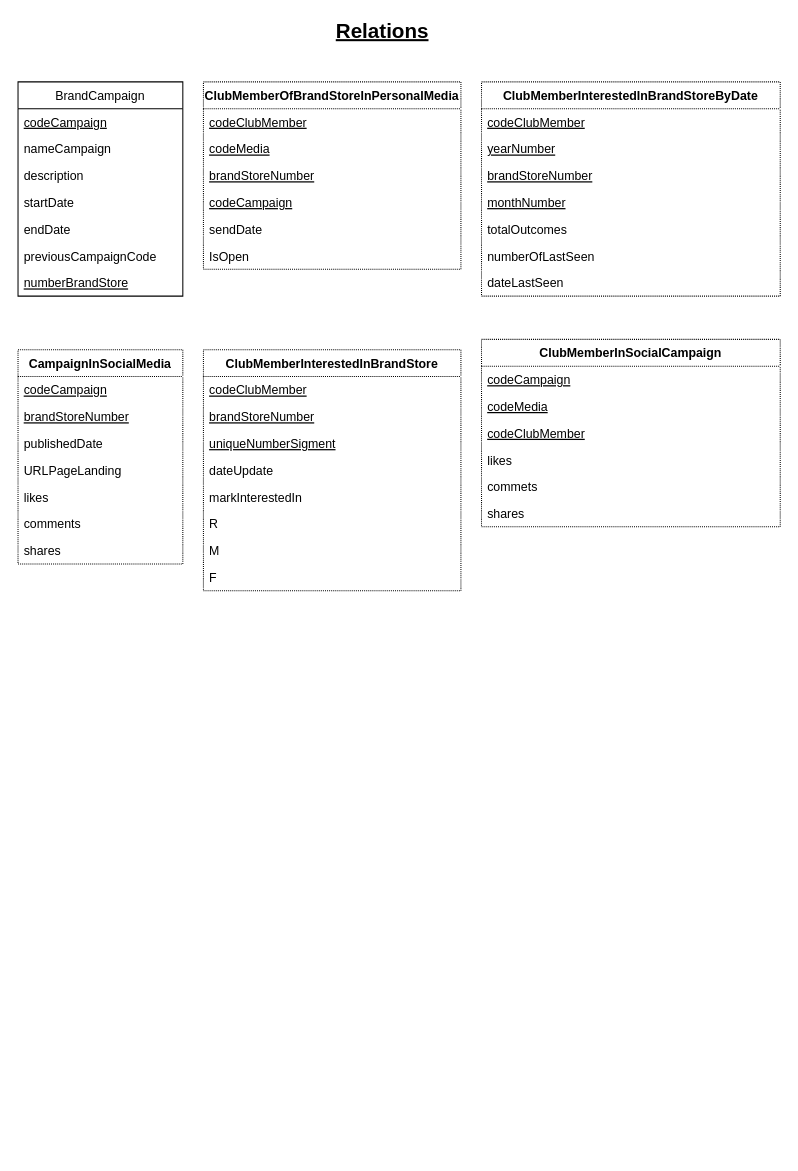
Kfir-G/DataBases-ERD_diagrams keeps this draw.io diagram as תרגיל בית 1 עד ה18.11/Tables_HW1.drawio. Above is the earlier version. Source tidied: cells renumbered, new cells numbered last; positions are measured from the earlier drawing's top-left corner, leaving out a move shared by most shapes. Both pictures are drawn from the tidied source at 103%, with x=0, y=0 at pixel (18, 20).
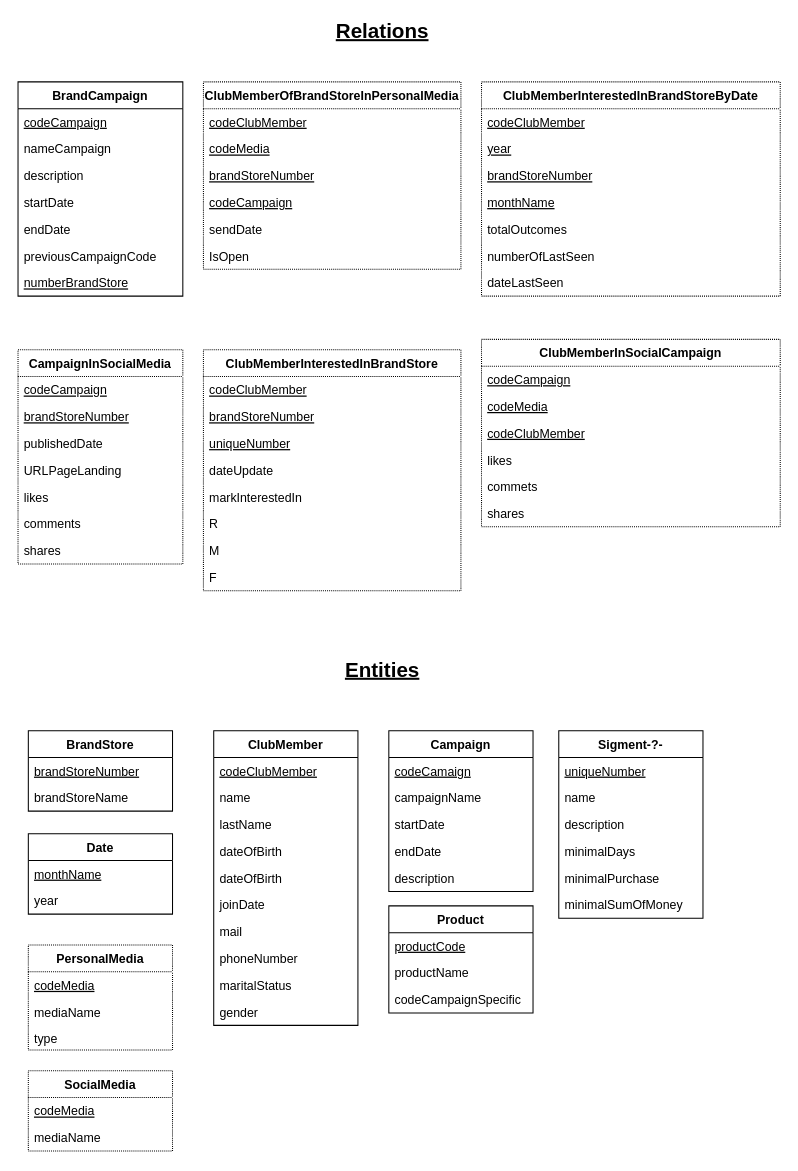
The same diagram, later.

The change refers to these unchanged cells:
```xml
<mxCell id="18" value="ClubMemberInterestedInBrandStoreByDate" style="swimlane;fontStyle=1;align=center;verticalAlign=top;horizontal=1;startSize=26;dashed=1;dashPattern=1 1;" parent="1" vertex="1">
  <mxGeometry x="450" y="60" width="290" height="208" as="geometry" />
</mxCell>
<mxCell id="34" value="ClubMemberInterestedInBrandStore" style="swimlane;fontStyle=1;align=center;verticalAlign=top;horizontal=1;startSize=26;dashed=1;dashPattern=1 1;" parent="1" vertex="1">
  <mxGeometry x="180" y="320" width="250" height="234" as="geometry" />
</mxCell>
```

What changed in the source:
```diff
@@
-    <mxCell id="2" value="BrandCampaign" style="swimlane;fontStyle=0;align=center;verticalAlign=top;horizontal=1;startSize=26;" parent="1" vertex="1">
+    <mxCell id="2" value="BrandCampaign" style="swimlane;fontStyle=1;align=center;verticalAlign=top;horizontal=1;startSize=26;" parent="1" vertex="1">
       <mxGeometry y="60" width="160" height="208" as="geometry" />
     </mxCell>
@@
-    <mxCell id="20" value="yearNumber" style="text;strokeColor=none;fillColor=none;align=left;verticalAlign=top;spacingLeft=4;spacingRight=4;overflow=hidden;fontStyle=4;" parent="18" vertex="1">
+    <mxCell id="20" value="year" style="text;strokeColor=none;fillColor=none;align=left;verticalAlign=top;spacingLeft=4;spacingRight=4;overflow=hidden;fontStyle=4;" parent="18" vertex="1">
       <mxGeometry y="52" width="290" height="26" as="geometry" />
     </mxCell>
@@
-    <mxCell id="22" value="monthNumber" style="text;strokeColor=none;fillColor=none;align=left;verticalAlign=top;spacingLeft=4;spacingRight=4;overflow=hidden;fontStyle=4;" parent="18" vertex="1">
+    <mxCell id="22" value="monthName" style="text;strokeColor=none;fillColor=none;align=left;verticalAlign=top;spacingLeft=4;spacingRight=4;overflow=hidden;fontStyle=4;" parent="18" vertex="1">
       <mxGeometry y="104" width="290" height="26" as="geometry" />
     </mxCell>
@@
-    <mxCell id="37" value="uniqueNumberSigment" style="text;strokeColor=none;fillColor=none;align=left;verticalAlign=top;spacingLeft=4;spacingRight=4;overflow=hidden;fontStyle=4;" parent="34" vertex="1">
+    <mxCell id="37" value="uniqueNumber" style="text;strokeColor=none;fillColor=none;align=left;verticalAlign=top;spacingLeft=4;spacingRight=4;overflow=hidden;fontStyle=4;" parent="34" vertex="1">
       <mxGeometry y="78" width="250" height="26" as="geometry" />
     </mxCell>
@@
+    <mxCell id="50" value="&lt;font style=&quot;font-size: 20px&quot;&gt;&lt;u&gt;&lt;b&gt;Entities&lt;br&gt;&lt;/b&gt;&lt;/u&gt;&lt;/font&gt;" style="text;html=1;strokeColor=none;fillColor=none;align=center;verticalAlign=middle;whiteSpace=wrap;rounded=0;dashed=1;dashPattern=1 1;" parent="1" vertex="1">
+      <mxGeometry x="334" y="620" width="40" height="20" as="geometry" />
+    </mxCell>
+    <mxCell id="51" value="BrandStore" style="swimlane;fontStyle=1;horizontal=1;startSize=26;fillColor=none;" parent="1" vertex="1">
+      <mxGeometry x="10" y="690" width="140" height="78" as="geometry" />
+    </mxCell>
+    <mxCell id="52" value="brandStoreNumber" style="text;strokeColor=none;fillColor=none;align=left;verticalAlign=top;spacingLeft=4;spacingRight=4;overflow=hidden;fontStyle=4;" parent="51" vertex="1">
+      <mxGeometry y="26" width="140" height="26" as="geometry" />
+    </mxCell>
+    <mxCell id="53" value="brandStoreName" style="text;strokeColor=none;fillColor=none;align=left;verticalAlign=top;spacingLeft=4;spacingRight=4;overflow=hidden;" parent="51" vertex="1">
+      <mxGeometry y="52" width="140" height="26" as="geometry" />
+    </mxCell>
+    <mxCell id="54" value="ClubMember" style="swimlane;fontStyle=1;horizontal=1;startSize=26;fillColor=none;" parent="1" vertex="1">
+      <mxGeometry x="190" y="690" width="140" height="286" as="geometry" />
+    </mxCell>
+    <mxCell id="55" value="codeClubMember" style="text;strokeColor=none;fillColor=none;align=left;verticalAlign=top;spacingLeft=4;spacingRight=4;overflow=hidden;fontStyle=4;" parent="54" vertex="1">
+      <mxGeometry y="26" width="140" height="26" as="geometry" />
+    </mxCell>
+    <mxCell id="56" value="name" style="text;strokeColor=none;fillColor=none;align=left;verticalAlign=top;spacingLeft=4;spacingRight=4;overflow=hidden;" parent="54" vertex="1">
+      <mxGeometry y="52" width="140" height="26" as="geometry" />
+    </mxCell>
+    <mxCell id="57" value="lastName" style="text;strokeColor=none;fillColor=none;align=left;verticalAlign=top;spacingLeft=4;spacingRight=4;overflow=hidden;" parent="54" vertex="1">
+      <mxGeometry y="78" width="140" height="26" as="geometry" />
+    </mxCell>
+    <mxCell id="58" value="dateOfBirth" style="text;strokeColor=none;fillColor=none;align=left;verticalAlign=top;spacingLeft=4;spacingRight=4;overflow=hidden;" parent="54" vertex="1">
+      <mxGeometry y="104" width="140" height="26" as="geometry" />
+    </mxCell>
+    <mxCell id="59" value="dateOfBirth" style="text;strokeColor=none;fillColor=none;align=left;verticalAlign=top;spacingLeft=4;spacingRight=4;overflow=hidden;" parent="54" vertex="1">
+      <mxGeometry y="130" width="140" height="26" as="geometry" />
+    </mxCell>
+    <mxCell id="60" value="joinDate" style="text;strokeColor=none;fillColor=none;align=left;verticalAlign=top;spacingLeft=4;spacingRight=4;overflow=hidden;" parent="54" vertex="1">
+      <mxGeometry y="156" width="140" height="26" as="geometry" />
+    </mxCell>
+    <mxCell id="61" value="mail" style="text;strokeColor=none;fillColor=none;align=left;verticalAlign=top;spacingLeft=4;spacingRight=4;overflow=hidden;" parent="54" vertex="1">
+      <mxGeometry y="182" width="140" height="26" as="geometry" />
+    </mxCell>
+    <mxCell id="62" value="phoneNumber" style="text;strokeColor=none;fillColor=none;align=left;verticalAlign=top;spacingLeft=4;spacingRight=4;overflow=hidden;" parent="54" vertex="1">
+      <mxGeometry y="208" width="140" height="26" as="geometry" />
+    </mxCell>
+    <mxCell id="63" value="maritalStatus" style="text;strokeColor=none;fillColor=none;align=left;verticalAlign=top;spacingLeft=4;spacingRight=4;overflow=hidden;" parent="54" vertex="1">
+      <mxGeometry y="234" width="140" height="26" as="geometry" />
+    </mxCell>
+    <mxCell id="64" value="gender" style="text;strokeColor=none;fillColor=none;align=left;verticalAlign=top;spacingLeft=4;spacingRight=4;overflow=hidden;" parent="54" vertex="1">
+      <mxGeometry y="260" width="140" height="26" as="geometry" />
+    </mxCell>
+    <mxCell id="65" value="Date" style="swimlane;fontStyle=1;horizontal=1;startSize=26;fillColor=none;" parent="1" vertex="1">
+      <mxGeometry x="10" y="790" width="140" height="78" as="geometry" />
+    </mxCell>
+    <mxCell id="66" value="monthName" style="text;strokeColor=none;fillColor=none;align=left;verticalAlign=top;spacingLeft=4;spacingRight=4;overflow=hidden;fontStyle=4;" parent="65" vertex="1">
+      <mxGeometry y="26" width="140" height="26" as="geometry" />
+    </mxCell>
+    <mxCell id="67" value="year" style="text;strokeColor=none;fillColor=none;align=left;verticalAlign=top;spacingLeft=4;spacingRight=4;overflow=hidden;fontStyle=0;" parent="65" vertex="1">
+      <mxGeometry y="52" width="140" height="26" as="geometry" />
+    </mxCell>
+    <mxCell id="68" value="Sigment-?-" style="swimlane;fontStyle=1;horizontal=1;startSize=26;fillColor=none;" parent="1" vertex="1">
+      <mxGeometry x="525" y="690" width="140" height="182" as="geometry" />
+    </mxCell>
+    <mxCell id="69" value="uniqueNumber" style="text;strokeColor=none;fillColor=none;align=left;verticalAlign=top;spacingLeft=4;spacingRight=4;overflow=hidden;fontStyle=4;" parent="68" vertex="1">
+      <mxGeometry y="26" width="140" height="26" as="geometry" />
+    </mxCell>
+    <mxCell id="70" value="name" style="text;strokeColor=none;fillColor=none;align=left;verticalAlign=top;spacingLeft=4;spacingRight=4;overflow=hidden;" parent="68" vertex="1">
+      <mxGeometry y="52" width="140" height="26" as="geometry" />
+    </mxCell>
+    <mxCell id="71" value="description" style="text;strokeColor=none;fillColor=none;align=left;verticalAlign=top;spacingLeft=4;spacingRight=4;overflow=hidden;" parent="68" vertex="1">
+      <mxGeometry y="78" width="140" height="26" as="geometry" />
+    </mxCell>
+    <mxCell id="72" value="minimalDays" style="text;strokeColor=none;fillColor=none;align=left;verticalAlign=top;spacingLeft=4;spacingRight=4;overflow=hidden;" parent="68" vertex="1">
+      <mxGeometry y="104" width="140" height="26" as="geometry" />
+    </mxCell>
+    <mxCell id="73" value="minimalPurchase" style="text;strokeColor=none;fillColor=none;align=left;verticalAlign=top;spacingLeft=4;spacingRight=4;overflow=hidden;" parent="68" vertex="1">
+      <mxGeometry y="130" width="140" height="26" as="geometry" />
+    </mxCell>
+    <mxCell id="74" value="minimalSumOfMoney" style="text;strokeColor=none;fillColor=none;align=left;verticalAlign=top;spacingLeft=4;spacingRight=4;overflow=hidden;" parent="68" vertex="1">
+      <mxGeometry y="156" width="140" height="26" as="geometry" />
+    </mxCell>
+    <mxCell id="75" value="Campaign" style="swimlane;fontStyle=1;horizontal=1;startSize=26;fillColor=none;" parent="1" vertex="1">
+      <mxGeometry x="360" y="690" width="140" height="156" as="geometry" />
+    </mxCell>
+    <mxCell id="76" value="codeCamaign" style="text;strokeColor=none;fillColor=none;align=left;verticalAlign=top;spacingLeft=4;spacingRight=4;overflow=hidden;fontStyle=4;" parent="75" vertex="1">
+      <mxGeometry y="26" width="140" height="26" as="geometry" />
+    </mxCell>
+    <mxCell id="77" value="campaignName" style="text;strokeColor=none;fillColor=none;align=left;verticalAlign=top;spacingLeft=4;spacingRight=4;overflow=hidden;" parent="75" vertex="1">
+      <mxGeometry y="52" width="140" height="26" as="geometry" />
+    </mxCell>
+    <mxCell id="78" value="startDate" style="text;strokeColor=none;fillColor=none;align=left;verticalAlign=top;spacingLeft=4;spacingRight=4;overflow=hidden;" parent="75" vertex="1">
+      <mxGeometry y="78" width="140" height="26" as="geometry" />
+    </mxCell>
+    <mxCell id="79" value="endDate" style="text;strokeColor=none;fillColor=none;align=left;verticalAlign=top;spacingLeft=4;spacingRight=4;overflow=hidden;" parent="75" vertex="1">
+      <mxGeometry y="104" width="140" height="26" as="geometry" />
+    </mxCell>
+    <mxCell id="80" value="description" style="text;strokeColor=none;fillColor=none;align=left;verticalAlign=top;spacingLeft=4;spacingRight=4;overflow=hidden;" parent="75" vertex="1">
+      <mxGeometry y="130" width="140" height="26" as="geometry" />
+    </mxCell>
+    <mxCell id="81" value="PersonalMedia" style="swimlane;fontStyle=1;align=center;verticalAlign=top;horizontal=1;startSize=26;dashed=1;dashPattern=1 1;" parent="1" vertex="1">
+      <mxGeometry x="10" y="898" width="140" height="102" as="geometry" />
+    </mxCell>
+    <mxCell id="82" value="codeMedia" style="text;strokeColor=none;fillColor=none;align=left;verticalAlign=top;spacingLeft=4;spacingRight=4;overflow=hidden;fontStyle=4;" parent="81" vertex="1">
+      <mxGeometry y="26" width="140" height="26" as="geometry" />
+    </mxCell>
+    <mxCell id="83" value="mediaName" style="text;strokeColor=none;fillColor=none;align=left;verticalAlign=top;spacingLeft=4;spacingRight=4;overflow=hidden;" parent="81" vertex="1">
+      <mxGeometry y="52" width="140" height="26" as="geometry" />
+    </mxCell>
+    <mxCell id="84" value="type" style="text;strokeColor=none;fillColor=none;align=left;verticalAlign=top;spacingLeft=4;spacingRight=4;overflow=hidden;" parent="81" vertex="1">
+      <mxGeometry y="78" width="140" height="24" as="geometry" />
+    </mxCell>
+    <mxCell id="85" value="SocialMedia" style="swimlane;fontStyle=1;align=center;verticalAlign=top;horizontal=1;startSize=26;dashed=1;dashPattern=1 1;" parent="1" vertex="1">
+      <mxGeometry x="10" y="1020" width="140" height="78" as="geometry" />
+    </mxCell>
+    <mxCell id="86" value="codeMedia" style="text;strokeColor=none;fillColor=none;align=left;verticalAlign=top;spacingLeft=4;spacingRight=4;overflow=hidden;fontStyle=4;" parent="85" vertex="1">
+      <mxGeometry y="26" width="140" height="26" as="geometry" />
+    </mxCell>
+    <mxCell id="87" value="mediaName" style="text;strokeColor=none;fillColor=none;align=left;verticalAlign=top;spacingLeft=4;spacingRight=4;overflow=hidden;" parent="85" vertex="1">
+      <mxGeometry y="52" width="140" height="26" as="geometry" />
+    </mxCell>
+    <mxCell id="88" value="Product" style="swimlane;fontStyle=1;horizontal=1;startSize=26;fillColor=none;" parent="1" vertex="1">
+      <mxGeometry x="360" y="860" width="140" height="104" as="geometry" />
+    </mxCell>
+    <mxCell id="89" value="productCode" style="text;strokeColor=none;fillColor=none;align=left;verticalAlign=top;spacingLeft=4;spacingRight=4;overflow=hidden;fontStyle=4;dashed=1;" parent="88" vertex="1">
+      <mxGeometry y="26" width="140" height="26" as="geometry" />
+    </mxCell>
+    <mxCell id="90" value="productName" style="text;strokeColor=none;fillColor=none;align=left;verticalAlign=top;spacingLeft=4;spacingRight=4;overflow=hidden;" parent="88" vertex="1">
+      <mxGeometry y="52" width="140" height="26" as="geometry" />
+    </mxCell>
+    <mxCell id="91" value="codeCampaignSpecific" style="text;strokeColor=none;fillColor=none;align=left;verticalAlign=top;spacingLeft=4;spacingRight=4;overflow=hidden;" parent="88" vertex="1">
+      <mxGeometry y="78" width="140" height="26" as="geometry" />
+    </mxCell>
```
